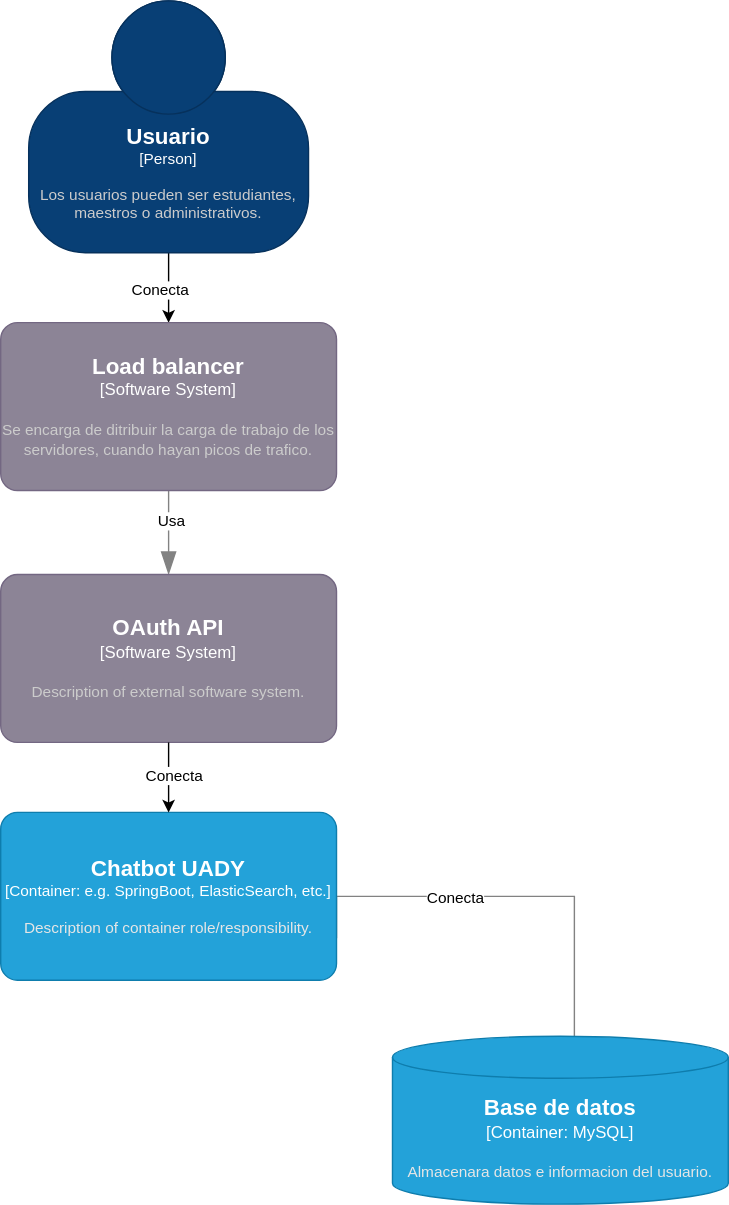
Earlier version of the draw.io export c1 v2.drawio.svg (diego-islas8/Proyecto-FIS). Source tidied: cells renumbered, new cells last; positions are measured from the earlier drawing's top-left corner, leaving out a move shared by most shapes.
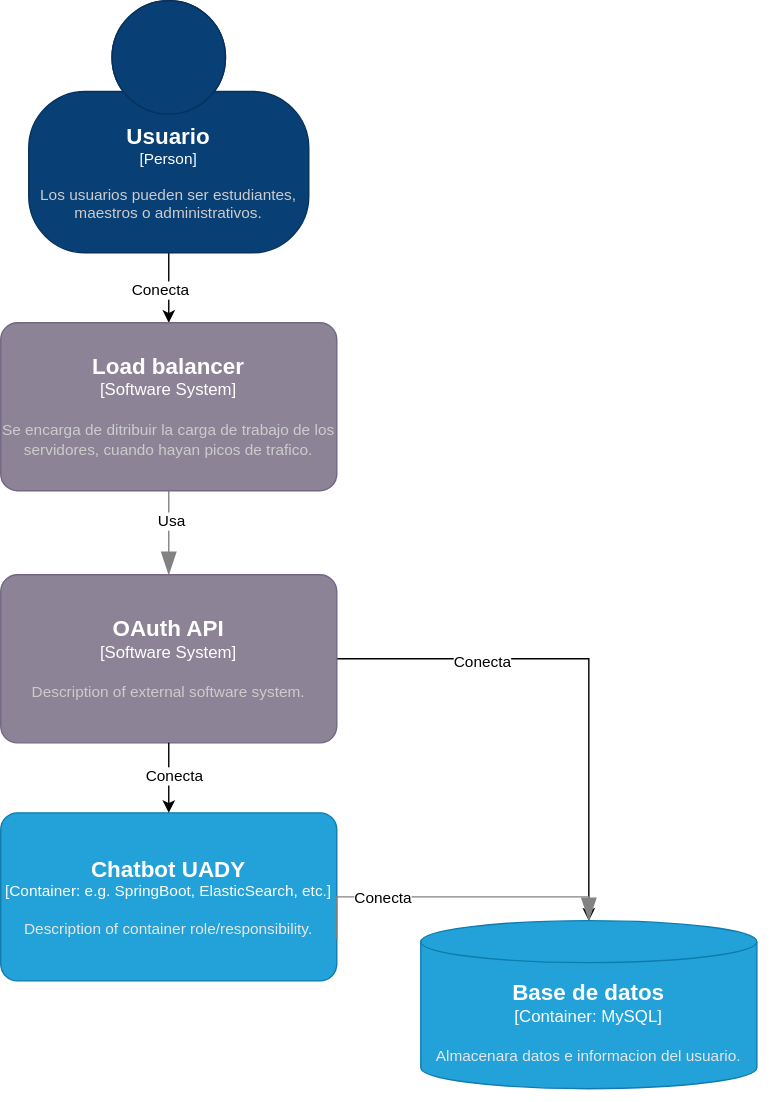
After the change.

Diff of the diagram source:
```diff
@@ -16,22 +16,15 @@
       </mxCell>
     </object>
     <object id="5" label="" c4Type="Relationship" placeholders="1">
-      <mxCell style="endArrow=blockThin;html=1;fontSize=10;fontColor=#404040;strokeWidth=1;endFill=1;strokeColor=#828282;elbow=vertical;endSize=14;startSize=14;jumpStyle=arc;jumpSize=16;rounded=0;edgeStyle=orthogonalEdgeStyle;exitX=1;exitY=0.5;exitDx=0;exitDy=0;exitPerimeter=0;entryX=0.5;entryY=0;entryDx=0;entryDy=0;entryPerimeter=0;" parent="1" edge="1">
+      <mxCell style="endArrow=blockThin;html=1;fontSize=10;fontColor=#404040;strokeWidth=1;endFill=1;strokeColor=#828282;elbow=vertical;endSize=14;startSize=14;jumpStyle=arc;jumpSize=16;rounded=0;edgeStyle=orthogonalEdgeStyle;exitX=1;exitY=0.5;exitDx=0;exitDy=0;exitPerimeter=0;entryX=0.5;entryY=0;entryDx=0;entryDy=0;entryPerimeter=0;" parent="1" edge="1" source="10">
         <mxGeometry relative="1" as="geometry">
-          <mxPoint x="240" y="670" as="sourcePoint" />
           <mxPoint x="400" y="770" as="targetPoint" />
           <Array as="points">
-            <mxPoint x="410" y="640" />
             <mxPoint x="410" y="770" />
           </Array>
         </mxGeometry>
       </mxCell>
     </object>
-    <mxCell id="6" value="Conecta" style="edgeLabel;html=1;align=center;verticalAlign=middle;" parent="5" vertex="1">
-      <mxGeometry x="-0.08" y="2" relative="1" as="geometry">
-        <mxPoint x="-42" y="2" as="offset" />
-      </mxGeometry>
-    </mxCell>
     <object id="7" label="" c4Type="Relationship" placeholders="1">
       <mxCell style="endArrow=blockThin;html=1;fontSize=10;fontColor=#404040;strokeWidth=1;endFill=1;strokeColor=#828282;elbow=vertical;endSize=14;startSize=14;jumpStyle=arc;jumpSize=16;rounded=0;edgeStyle=orthogonalEdgeStyle;exitX=0.5;exitY=1;exitDx=0;exitDy=0;exitPerimeter=0;" parent="1" edge="1" source="9">
         <mxGeometry relative="1" as="geometry">
@@ -47,16 +40,17 @@
         <mxGeometry y="230" width="240" height="120" as="geometry" />
       </mxCell>
     </object>
-    <object id="10" label="&lt;font style=&quot;font-size: 16px&quot;&gt;&lt;b&gt;%c4Name%&lt;/b&gt;&lt;/font&gt;&lt;div&gt;[%c4Type%:&amp;nbsp;%c4Technology%]&lt;/div&gt;&lt;br&gt;&lt;div&gt;&lt;font style=&quot;font-size: 11px&quot;&gt;&lt;font color=&quot;#E6E6E6&quot;&gt;%c4Description%&lt;/font&gt;&lt;/div&gt;" c4Description="Almacenara datos e informacion del usuario." c4Name="Base de datos" c4Technology="MySQL" c4Type="Container" placeholders="1">
-      <mxCell style="shape=cylinder3;size=15;whiteSpace=wrap;html=1;boundedLbl=1;rounded=0;labelBackgroundColor=none;fillColor=#23A2D9;fontSize=12;fontColor=#ffffff;align=center;strokeColor=#0E7DAD;points=[[0.5,0,0],[1,0.25,0],[1,0.5,0],[1,0.75,0],[0.5,1,0],[0,0.75,0],[0,0.5,0],[0,0.25,0]];" parent="1" vertex="1">
-        <mxGeometry x="280" y="740" width="240" height="120" as="geometry" />
-      </mxCell>
-    </object>
     <object id="11" label="&lt;font style=&quot;font-size: 16px&quot;&gt;&lt;b&gt;%c4Name%&lt;/b&gt;&lt;/font&gt;&lt;div&gt;[%c4Type%: %c4Technology%]&lt;/div&gt;&lt;br&gt;&lt;div&gt;&lt;font style=&quot;font-size: 11px&quot;&gt;&lt;font color=&quot;#E6E6E6&quot;&gt;%c4Description%&lt;/font&gt;&lt;/div&gt;" c4Description="Description of container role/responsibility." c4Name="Chatbot UADY" c4Technology="e.g. SpringBoot, ElasticSearch, etc." c4Type="Container" placeholders="1">
       <mxCell style="rounded=1;whiteSpace=wrap;html=1;fontSize=11;labelBackgroundColor=none;fillColor=#23A2D9;fontColor=#ffffff;align=center;arcSize=10;strokeColor=#0E7DAD;points=[[0.25,0,0],[0.5,0,0],[0.75,0,0],[1,0.25,0],[1,0.5,0],[1,0.75,0],[0.75,1,0],[0.5,1,0],[0.25,1,0],[0,0.75,0],[0,0.5,0],[0,0.25,0]];" parent="1" vertex="1">
         <mxGeometry y="580" width="240" height="120" as="geometry" />
       </mxCell>
     </object>
+    <mxCell id="15" style="edgeStyle=orthogonalEdgeStyle;rounded=0;jettySize=auto;html=1;" parent="1" edge="1" source="12" target="10">
+      <mxGeometry relative="1" as="geometry" />
+    </mxCell>
+    <mxCell id="16" value="Conecta" style="edgeLabel;html=1;align=center;verticalAlign=middle;" parent="15" vertex="1">
+      <mxGeometry x="-0.44" y="-1" relative="1" as="geometry" />
+    </mxCell>
     <object id="12" label="&lt;font style=&quot;font-size: 16px&quot;&gt;&lt;b&gt;%c4Name%&lt;/b&gt;&lt;/font&gt;&lt;div&gt;[%c4Type%]&lt;/div&gt;&lt;br&gt;&lt;div&gt;&lt;font style=&quot;font-size: 11px&quot;&gt;&lt;font color=&quot;#cccccc&quot;&gt;%c4Description%&lt;/font&gt;&lt;/div&gt;" c4Description="Description of external software system." c4Name="OAuth API" c4Type="Software System" placeholders="1">
       <mxCell style="rounded=1;whiteSpace=wrap;html=1;labelBackgroundColor=none;fillColor=#8C8496;fontColor=#ffffff;align=center;arcSize=10;strokeColor=#736782;points=[[0.25,0,0],[0.5,0,0],[0.75,0,0],[1,0.25,0],[1,0.5,0],[1,0.75,0],[0.75,1,0],[0.5,1,0],[0.25,1,0],[0,0.75,0],[0,0.5,0],[0,0.25,0]];" parent="1" vertex="1">
         <mxGeometry y="410" width="240" height="120" as="geometry" />
@@ -68,5 +62,24 @@
     <mxCell id="14" value="Conecta" style="edgeLabel;html=1;align=center;verticalAlign=middle;" parent="13" vertex="1">
       <mxGeometry x="-0.08" y="3" relative="1" as="geometry" />
     </mxCell>
+    <mxCell id="17" style="endArrow=blockThin;html=1;fontSize=10;fontColor=#404040;strokeWidth=1;endFill=1;strokeColor=#828282;elbow=vertical;endSize=14;startSize=14;jumpStyle=arc;jumpSize=16;rounded=0;edgeStyle=orthogonalEdgeStyle;exitX=1;exitY=0.5;exitDx=0;exitDy=0;exitPerimeter=0;entryX=0.5;entryY=0;entryDx=0;entryDy=0;entryPerimeter=0;" parent="1" edge="1" target="10">
+      <mxGeometry relative="1" as="geometry">
+        <mxPoint x="240" y="670" as="sourcePoint" />
+        <Array as="points">
+          <mxPoint x="240" y="640" />
+          <mxPoint x="420" y="640" />
+        </Array>
+      </mxGeometry>
+    </mxCell>
+    <mxCell id="18" value="Conecta" style="edgeLabel;html=1;align=center;verticalAlign=middle;" parent="17" vertex="1">
+      <mxGeometry x="-0.08" y="2" relative="1" as="geometry">
+        <mxPoint x="-42" y="2" as="offset" />
+      </mxGeometry>
+    </mxCell>
+    <object id="10" label="&lt;font style=&quot;font-size: 16px&quot;&gt;&lt;b&gt;%c4Name%&lt;/b&gt;&lt;/font&gt;&lt;div&gt;[%c4Type%:&amp;nbsp;%c4Technology%]&lt;/div&gt;&lt;br&gt;&lt;div&gt;&lt;font style=&quot;font-size: 11px&quot;&gt;&lt;font color=&quot;#E6E6E6&quot;&gt;%c4Description%&lt;/font&gt;&lt;/div&gt;" c4Description="Almacenara datos e informacion del usuario." c4Name="Base de datos" c4Technology="MySQL" c4Type="Container" placeholders="1">
+      <mxCell style="shape=cylinder3;size=15;whiteSpace=wrap;html=1;boundedLbl=1;rounded=0;labelBackgroundColor=none;fillColor=#23A2D9;fontSize=12;fontColor=#ffffff;align=center;strokeColor=#0E7DAD;points=[[0.5,0,0],[1,0.25,0],[1,0.5,0],[1,0.75,0],[0.5,1,0],[0,0.75,0],[0,0.5,0],[0,0.25,0]];" parent="1" vertex="1">
+        <mxGeometry x="300" y="657" width="240" height="120" as="geometry" />
+      </mxCell>
+    </object>
   </root>
 </mxGraphModel>
```
